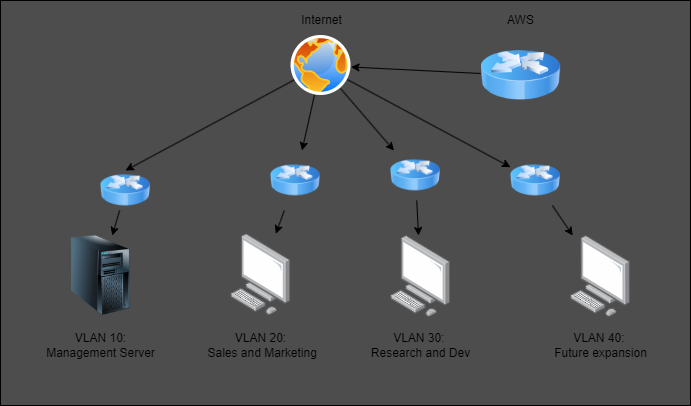
Above: topologies-images/lan.drawio.png in BlueByteSolutions/BlueByte (draw.io), before the change. Source tidied: cells renumbered, new cells last; positions are measured from the earlier drawing's top-left corner, leaving out a move shared by most shapes.
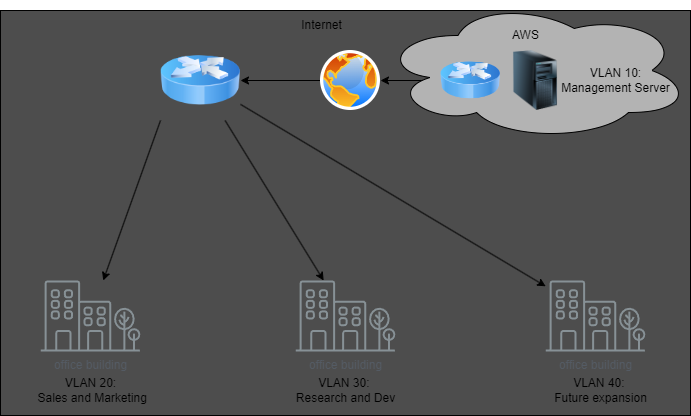
After the commit.

What changed in the source:
```diff
@@ -3,82 +3,64 @@
     <mxCell id="0" />
     <mxCell id="1" parent="0" />
     <mxCell id="2" style="rounded=0;whiteSpace=wrap;html=1;fillColor=#4D4D4D;" parent="1" vertex="1">
-      <mxGeometry width="690" height="405" as="geometry" />
+      <mxGeometry y="5" width="690" height="405" as="geometry" />
     </mxCell>
-    <mxCell id="3" style="edgeStyle=none;html=1;entryX=0.5;entryY=0;entryDx=0;entryDy=0;" parent="1" edge="1" source="7" target="11">
-      <mxGeometry relative="1" as="geometry" />
-    </mxCell>
-    <mxCell id="4" style="edgeStyle=none;html=1;" parent="1" edge="1" source="7" target="26">
-      <mxGeometry relative="1" as="geometry" />
-    </mxCell>
-    <mxCell id="5" style="edgeStyle=none;html=1;" parent="1" edge="1" source="7" target="24">
-      <mxGeometry relative="1" as="geometry" />
-    </mxCell>
-    <mxCell id="6" style="edgeStyle=none;html=1;" parent="1" edge="1" source="7" target="22">
-      <mxGeometry relative="1" as="geometry" />
-    </mxCell>
+    <mxCell id="28" style="edgeStyle=none;html=1;" parent="1" edge="1" source="7" target="35">
+      <mxGeometry relative="1" as="geometry" />
+    </mxCell>
     <mxCell id="7" style="perimeter=ellipsePerimeter;html=1;align=center;shadow=0;dashed=0;spacingTop=3;image;image=img/lib/active_directory/internet_globe.svg;fillColor=#66B2FF;" parent="1" vertex="1">
-      <mxGeometry x="290.5" y="35" width="60" height="60" as="geometry" />
+      <mxGeometry x="320" y="45" width="60" height="60" as="geometry" />
     </mxCell>
     <mxCell id="8" style="edgeStyle=none;html=1;" parent="1" edge="1" source="9" target="7">
       <mxGeometry relative="1" as="geometry" />
     </mxCell>
-    <mxCell id="9" style="image;html=1;image=img/lib/clip_art/networking/Router_Icon_128x128.png;" parent="1" vertex="1">
-      <mxGeometry x="480.2" y="35" width="80" height="80" as="geometry" />
-    </mxCell>
-    <mxCell id="10" style="edgeStyle=none;html=1;" parent="1" edge="1" source="11" target="15">
-      <mxGeometry relative="1" as="geometry" />
-    </mxCell>
-    <mxCell id="11" style="image;html=1;image=img/lib/clip_art/networking/Router_Icon_128x128.png;" parent="1" vertex="1">
-      <mxGeometry x="100" y="170" width="50" height="40" as="geometry" />
-    </mxCell>
-    <mxCell id="12" style="points=[];html=1;align=center;shadow=0;dashed=0;image;image=img/lib/allied_telesis/computer_and_terminals/Personal_Computer.svg;" parent="1" vertex="1">
-      <mxGeometry x="569.8" y="235" width="60.4" height="81.8" as="geometry" />
-    </mxCell>
-    <mxCell id="13" style="points=[];html=1;align=center;shadow=0;dashed=0;image;image=img/lib/allied_telesis/computer_and_terminals/Personal_Computer.svg;" parent="1" vertex="1">
-      <mxGeometry x="230.2" y="233.2" width="60.4" height="81.8" as="geometry" />
-    </mxCell>
-    <mxCell id="14" style="points=[];html=1;align=center;shadow=0;dashed=0;image;image=img/lib/allied_telesis/computer_and_terminals/Personal_Computer.svg;" parent="1" vertex="1">
-      <mxGeometry x="390" y="235" width="60.4" height="81.8" as="geometry" />
-    </mxCell>
-    <mxCell id="15" style="image;html=1;image=img/lib/clip_art/computers/Server_Tower_128x128.png;" parent="1" vertex="1">
-      <mxGeometry x="60" y="235" width="80" height="80" as="geometry" />
-    </mxCell>
     <mxCell id="16" value="Internet" style="text;html=1;align=center;verticalAlign=middle;strokeColor=none;fillColor=none;" parent="1" vertex="1">
       <mxGeometry x="290.5" y="5" width="60" height="30" as="geometry" />
     </mxCell>
-    <mxCell id="17" value="VLAN 10:&lt;br&gt;Management Server" style="text;html=1;align=center;verticalAlign=middle;strokeColor=none;fillColor=none;" parent="1" vertex="1">
-      <mxGeometry x="35" y="325" width="130" height="40" as="geometry" />
-    </mxCell>
     <mxCell id="18" value="VLAN 20:&lt;br&gt;&amp;nbsp;Sales and Marketing" style="text;html=1;align=center;verticalAlign=middle;strokeColor=none;fillColor=none;" parent="1" vertex="1">
-      <mxGeometry x="190.4" y="325" width="140" height="40" as="geometry" />
+      <mxGeometry x="20" y="365" width="140" height="40" as="geometry" />
     </mxCell>
     <mxCell id="19" value="VLAN 30:&amp;nbsp;&lt;br&gt;Research and Dev" style="text;html=1;align=center;verticalAlign=middle;strokeColor=none;fillColor=none;" parent="1" vertex="1">
-      <mxGeometry x="360.2" y="325" width="120" height="40" as="geometry" />
+      <mxGeometry x="285" y="365" width="120" height="40" as="geometry" />
     </mxCell>
     <mxCell id="20" value="VLAN 40:&amp;nbsp;&lt;br&gt;Future expansion" style="text;html=1;align=center;verticalAlign=middle;strokeColor=none;fillColor=none;" parent="1" vertex="1">
-      <mxGeometry x="540" y="325" width="120" height="40" as="geometry" />
+      <mxGeometry x="540" y="365" width="120" height="40" as="geometry" />
     </mxCell>
-    <mxCell id="21" style="edgeStyle=none;html=1;" parent="1" edge="1" source="22" target="12">
-      <mxGeometry relative="1" as="geometry" />
-    </mxCell>
-    <mxCell id="22" style="image;html=1;image=img/lib/clip_art/networking/Router_Icon_128x128.png;" parent="1" vertex="1">
-      <mxGeometry x="510" y="155" width="49.8" height="50" as="geometry" />
-    </mxCell>
-    <mxCell id="23" style="edgeStyle=none;html=1;" parent="1" edge="1" source="24" target="14">
-      <mxGeometry relative="1" as="geometry" />
-    </mxCell>
-    <mxCell id="24" style="image;html=1;image=img/lib/clip_art/networking/Router_Icon_128x128.png;" parent="1" vertex="1">
-      <mxGeometry x="390" y="150" width="49.8" height="50" as="geometry" />
-    </mxCell>
-    <mxCell id="25" style="edgeStyle=none;html=1;" parent="1" edge="1" source="26" target="13">
-      <mxGeometry relative="1" as="geometry" />
-    </mxCell>
-    <mxCell id="26" style="image;html=1;image=img/lib/clip_art/networking/Router_Icon_128x128.png;" parent="1" vertex="1">
-      <mxGeometry x="270" y="150" width="49.6" height="60" as="geometry" />
-    </mxCell>
+    <mxCell id="29" style="edgeStyle=none;html=1;exitX=0;exitY=1;exitDx=0;exitDy=0;" parent="1" edge="1" source="35" target="31">
+      <mxGeometry relative="1" as="geometry" />
+    </mxCell>
+    <mxCell id="30" value="office building" style="sketch=0;outlineConnect=0;gradientColor=none;fontColor=#545B64;strokeColor=none;fillColor=#879196;dashed=0;verticalLabelPosition=bottom;verticalAlign=top;align=center;html=1;fontSize=12;fontStyle=0;shape=mxgraph.aws4.illustration_office_building;" parent="1" vertex="1">
+      <mxGeometry x="295" y="275" width="100" height="71" as="geometry" />
+    </mxCell>
+    <mxCell id="31" value="office building" style="sketch=0;outlineConnect=0;gradientColor=none;fontColor=#545B64;strokeColor=none;fillColor=#879196;dashed=0;verticalLabelPosition=bottom;verticalAlign=top;align=center;html=1;fontSize=12;fontStyle=0;shape=mxgraph.aws4.illustration_office_building;" parent="1" vertex="1">
+      <mxGeometry x="40" y="275" width="100" height="71" as="geometry" />
+    </mxCell>
+    <mxCell id="32" value="office building" style="sketch=0;outlineConnect=0;gradientColor=none;fontColor=#545B64;strokeColor=none;fillColor=#879196;dashed=0;verticalLabelPosition=bottom;verticalAlign=top;align=center;html=1;fontSize=12;fontStyle=0;shape=mxgraph.aws4.illustration_office_building;" parent="1" vertex="1">
+      <mxGeometry x="545" y="275" width="100" height="71" as="geometry" />
+    </mxCell>
+    <mxCell id="33" style="edgeStyle=none;html=1;" parent="1" edge="1" source="35" target="30">
+      <mxGeometry relative="1" as="geometry" />
+    </mxCell>
+    <mxCell id="34" style="edgeStyle=none;html=1;" parent="1" edge="1" source="35" target="32">
+      <mxGeometry relative="1" as="geometry" />
+    </mxCell>
+    <mxCell id="35" style="image;html=1;image=img/lib/clip_art/networking/Router_Icon_128x128.png;fillColor=#4D4D4D;" parent="1" vertex="1">
+      <mxGeometry x="160" y="35" width="80" height="80" as="geometry" />
+    </mxCell>
+    <mxCell id="36" style="ellipse;shape=cloud;whiteSpace=wrap;html=1;fillColor=#B3B3B3;" parent="1" vertex="1">
+      <mxGeometry x="380" y="-5" width="310" height="140" as="geometry" />
+    </mxCell>
+    <mxCell id="15" style="image;html=1;image=img/lib/clip_art/computers/Server_Tower_128x128.png;" parent="1" vertex="1">
+      <mxGeometry x="500" y="45" width="70" height="60" as="geometry" />
+    </mxCell>
+    <mxCell id="9" style="image;html=1;image=img/lib/clip_art/networking/Router_Icon_128x128.png;" parent="1" vertex="1">
+      <mxGeometry x="440" y="45" width="60" height="60" as="geometry" />
+    </mxCell>
+    <mxCell id="17" value="VLAN 10:&lt;br&gt;Management Server" style="text;html=1;align=center;verticalAlign=middle;strokeColor=none;fillColor=none;" parent="1" vertex="1">
+      <mxGeometry x="550" y="55" width="130" height="40" as="geometry" />
+    </mxCell>
     <mxCell id="27" value="AWS" style="text;html=1;align=center;verticalAlign=middle;strokeColor=none;fillColor=none;" parent="1" vertex="1">
-      <mxGeometry x="495.2" y="5" width="50" height="30" as="geometry" />
+      <mxGeometry x="500" y="15" width="50" height="30" as="geometry" />
     </mxCell>
   </root>
 </mxGraphModel>
```
